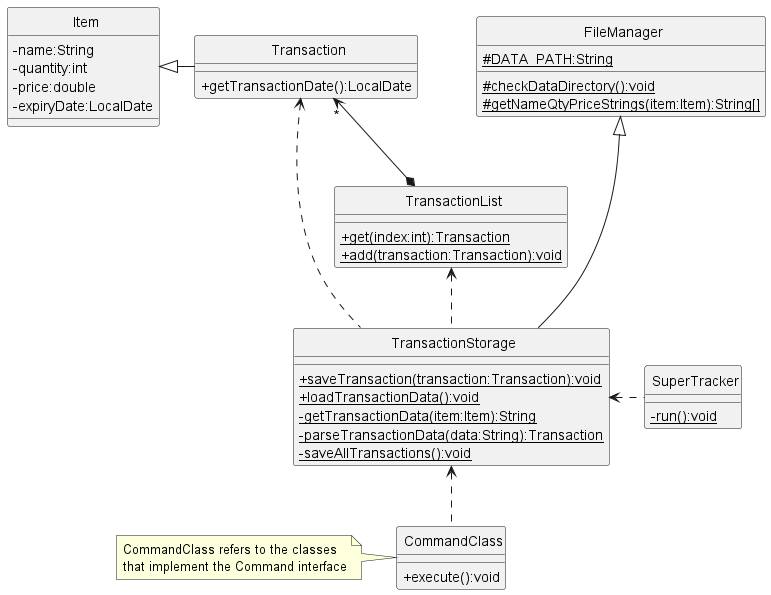
Earlier version of the PlantUML export docs/uml-diagrams/TransactionStorageClass.png (rismm/tp). Source of this version:
```plantuml
@startuml
skinparam classAttributeIconSize 0
skinparam CircledCharacterFontSize 0
skinparam CircledCharacterRadius 0

class SuperTracker
class FileManager
class TransactionList
class Transaction
class CommandClass
class TransactionStorage
class Item

Item <|- Transaction
FileManager <|--- TransactionStorage
TransactionList <.. TransactionStorage
Transaction <.. TransactionStorage
Transaction "*" <--* TransactionList
TransactionStorage <.. CommandClass
TransactionStorage <. SuperTracker

class FileManager {
    {static}#DATA_PATH:String
    {static}#checkDataDirectory():void
    {static}#getNameQtyPriceStrings(item:Item):String[]
}

class TransactionStorage {
    {static}+saveTransaction(transaction:Transaction):void
    {static}+loadTransactionData():void
    {static}-getTransactionData(item:Item):String
    {static}-parseTransactionData(data:String):Transaction
    {static}-saveAllTransactions():void
}

class SuperTracker {
    {static}-run():void
}

class CommandClass {
    +execute():void
}

class TransactionList {
    {static}+get(index:int):Transaction
    {static}+add(transaction:Transaction):void
}

class Transaction {
    +getTransactionDate():LocalDate
}

class Item {
    -name:String
    -quantity:int
    -price:double
    -expiryDate:LocalDate
}

note left of CommandClass
    CommandClass refers to the classes
    that implement the Command interface
endnote

@enduml
```
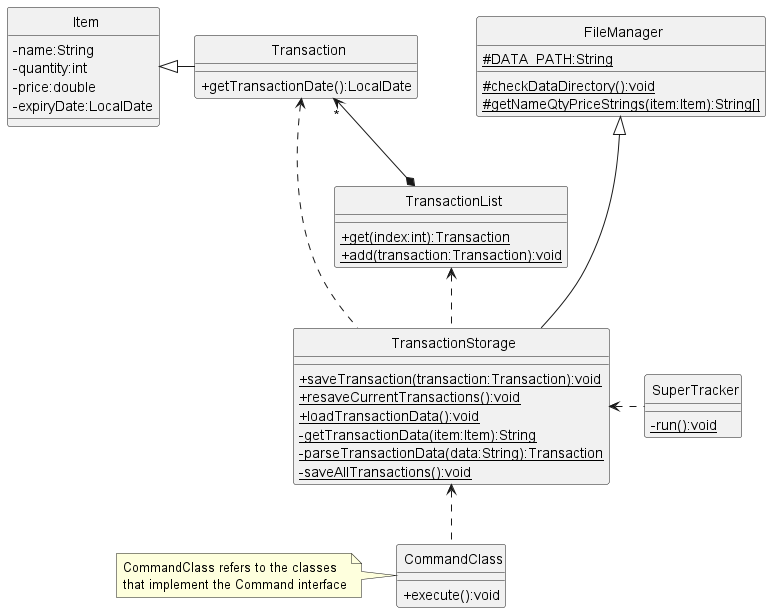
After the change.

What changed in the source:
```diff
@@ -27,6 +27,7 @@
 
 class TransactionStorage {
     {static}+saveTransaction(transaction:Transaction):void
+    {static}+resaveCurrentTransactions():void
     {static}+loadTransactionData():void
     {static}-getTransactionData(item:Item):String
     {static}-parseTransactionData(data:String):Transaction
```
